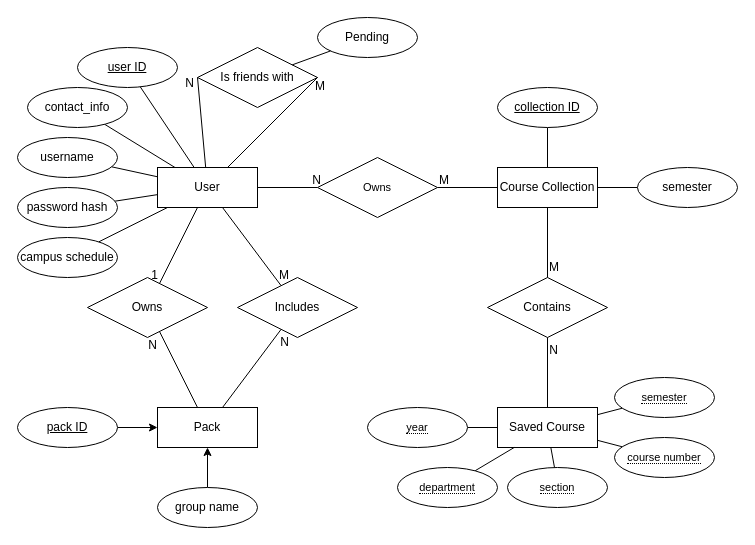
The draw.io diagram docs/ER.drawio in Daniel101Shi/CMPT372-Group-Project, before the edit. Source tidied: cells renumbered, new cells numbered last; positions are measured from the earlier drawing's top-left corner, leaving out a move shared by most shapes. Both pictures are drawn from the tidied source at 100%, with x=0, y=0 at pixel (17, 17).
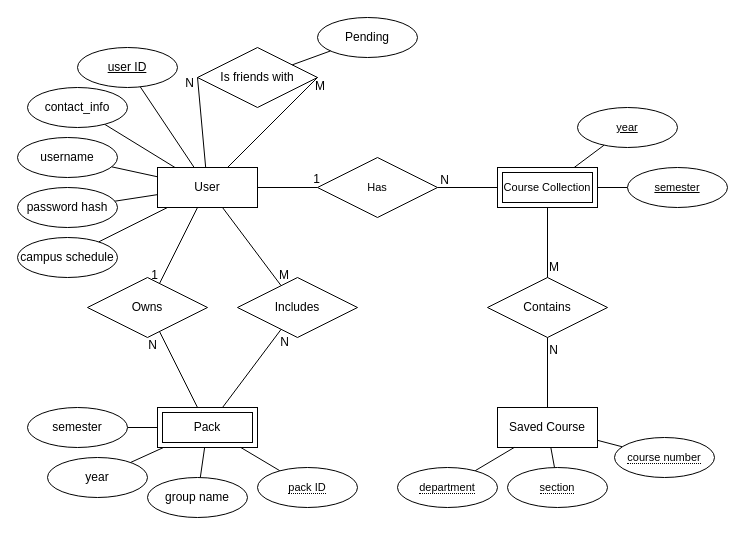
The same diagram, later.

The change refers to these unchanged cells:
```xml
<mxCell id="2" value="Saved Course" style="whiteSpace=wrap;html=1;align=center;" parent="1" vertex="1">
  <mxGeometry x="480" y="390" width="100" height="40" as="geometry" />
</mxCell>
<mxCell id="34" value="Contains" style="shape=rhombus;perimeter=rhombusPerimeter;whiteSpace=wrap;html=1;align=center;" parent="1" vertex="1">
  <mxGeometry x="470" y="260" width="120" height="60" as="geometry" />
</mxCell>
<mxCell id="49" style="endArrow=none;html=1;rounded=0;" parent="1" edge="1" source="5" target="46">
  <mxGeometry relative="1" as="geometry" />
</mxCell>
```

The edit, as a diff of the source:
```diff
@@
-    <mxCell id="3" value="Pack" style="whiteSpace=wrap;html=1;align=center;" parent="1" vertex="1">
-      <mxGeometry x="140" y="390" width="100" height="40" as="geometry" />
-    </mxCell>
-    <mxCell id="4" value="Course Collection" style="whiteSpace=wrap;html=1;align=center;" parent="1" vertex="1">
-      <mxGeometry x="480" y="150" width="100" height="40" as="geometry" />
-    </mxCell>
@@
-    <mxCell id="16" style="edgeStyle=orthogonalEdgeStyle;rounded=0;jettySize=auto;html=1;" parent="1" edge="1" source="17" target="3">
-      <mxGeometry relative="1" as="geometry" />
-    </mxCell>
-    <mxCell id="17" value="pack ID" style="ellipse;whiteSpace=wrap;html=1;align=center;fontStyle=4;" parent="1" vertex="1">
-      <mxGeometry y="390" width="100" height="40" as="geometry" />
-    </mxCell>
-    <mxCell id="18" style="edgeStyle=orthogonalEdgeStyle;rounded=0;jettySize=auto;html=1;" parent="1" edge="1" source="19" target="3">
+    <mxCell id="18" style="edgeStyle=none;shape=connector;rounded=0;jettySize=auto;html=1;strokeColor=default;align=center;verticalAlign=middle;fontFamily=Helvetica;fontSize=11;fontColor=default;labelBackgroundColor=default;endArrow=none;" parent="1" edge="1" source="19" target="3">
       <mxGeometry relative="1" as="geometry" />
     </mxCell>
     <mxCell id="19" value="group name" style="ellipse;whiteSpace=wrap;html=1;align=center;" parent="1" vertex="1">
-      <mxGeometry x="140" y="470" width="100" height="40" as="geometry" />
+      <mxGeometry x="130" y="460" width="100" height="40" as="geometry" />
     </mxCell>
@@
-    <mxCell id="30" style="edgeStyle=none;shape=connector;rounded=0;jettySize=auto;html=1;strokeColor=default;align=center;verticalAlign=middle;fontFamily=Helvetica;fontSize=11;fontColor=default;labelBackgroundColor=default;endArrow=none;" parent="1" edge="1" source="31" target="4">
-      <mxGeometry relative="1" as="geometry" />
-    </mxCell>
-    <mxCell id="31" value="collection ID" style="ellipse;whiteSpace=wrap;html=1;align=center;fontStyle=4;" parent="1" vertex="1">
-      <mxGeometry x="480" y="70" width="100" height="40" as="geometry" />
-    </mxCell>
-    <mxCell id="32" style="edgeStyle=none;shape=connector;rounded=0;jettySize=auto;html=1;strokeColor=default;align=center;verticalAlign=middle;fontFamily=Helvetica;fontSize=11;fontColor=default;labelBackgroundColor=default;endArrow=none;" parent="1" edge="1" source="33" target="4">
-      <mxGeometry relative="1" as="geometry" />
-    </mxCell>
-    <mxCell id="33" value="semester" style="ellipse;whiteSpace=wrap;html=1;align=center;" parent="1" vertex="1">
-      <mxGeometry x="620" y="150" width="100" height="40" as="geometry" />
-    </mxCell>
@@
-    <mxCell id="35" style="endArrow=none;html=1;rounded=0;" parent="1" edge="1" source="4" target="34">
-      <mxGeometry relative="1" as="geometry" />
+    <mxCell id="35" style="endArrow=none;html=1;rounded=0;" parent="1" edge="1" target="34">
+      <mxGeometry relative="1" as="geometry">
+        <mxPoint x="530" y="190" as="sourcePoint" />
+      </mxGeometry>
     </mxCell>
@@
-    <mxCell id="46" value="Owns" style="shape=rhombus;perimeter=rhombusPerimeter;whiteSpace=wrap;html=1;align=center;fontFamily=Helvetica;fontSize=11;fontColor=default;labelBackgroundColor=default;" parent="1" vertex="1">
+    <mxCell id="46" value="Has" style="shape=rhombus;perimeter=rhombusPerimeter;whiteSpace=wrap;html=1;align=center;fontFamily=Helvetica;fontSize=11;fontColor=default;labelBackgroundColor=default;" parent="1" vertex="1">
       <mxGeometry x="300" y="140" width="120" height="60" as="geometry" />
     </mxCell>
-    <mxCell id="47" style="endArrow=none;html=1;rounded=0;" parent="1" edge="1" source="4" target="46">
-      <mxGeometry relative="1" as="geometry" />
+    <mxCell id="47" style="endArrow=none;html=1;rounded=0;" parent="1" edge="1" target="46">
+      <mxGeometry relative="1" as="geometry">
+        <mxPoint x="480" y="170" as="sourcePoint" />
+      </mxGeometry>
     </mxCell>
-    <mxCell id="48" value="M" style="html=1;whiteSpace=wrap;align=right;verticalAlign=bottom;" parent="47" vertex="1">
+    <mxCell id="48" value="N" style="html=1;whiteSpace=wrap;align=right;verticalAlign=bottom;" parent="47" vertex="1">
       <mxGeometry x="1" relative="1" as="geometry">
         <mxPoint x="13" y="1" as="offset" />
       </mxGeometry>
     </mxCell>
@@
-    <mxCell id="50" value="N" style="html=1;whiteSpace=wrap;align=right;verticalAlign=bottom;" parent="49" vertex="1">
+    <mxCell id="50" value="1" style="html=1;whiteSpace=wrap;align=right;verticalAlign=bottom;" parent="49" vertex="1">
       <mxGeometry x="1" relative="1" as="geometry">
-        <mxPoint x="5" y="1" as="offset" />
+        <mxPoint x="4" as="offset" />
       </mxGeometry>
     </mxCell>
-    <mxCell id="51" style="edgeStyle=none;shape=connector;rounded=0;jettySize=auto;html=1;strokeColor=default;align=center;verticalAlign=middle;fontFamily=Helvetica;fontSize=11;fontColor=default;labelBackgroundColor=default;endArrow=none;" parent="1" edge="1" source="52" target="2">
-      <mxGeometry relative="1" as="geometry" />
-    </mxCell>
-    <mxCell id="52" value="&lt;span style=&quot;border-bottom: 1px dotted&quot;&gt;semester&lt;/span&gt;" style="ellipse;whiteSpace=wrap;html=1;align=center;fontFamily=Helvetica;fontSize=11;fontColor=default;labelBackgroundColor=default;" parent="1" vertex="1">
-      <mxGeometry x="597" y="360" width="100" height="40" as="geometry" />
-    </mxCell>
@@
-    <mxCell id="59" style="edgeStyle=none;shape=connector;rounded=0;jettySize=auto;html=1;strokeColor=default;align=center;verticalAlign=middle;fontFamily=Helvetica;fontSize=11;fontColor=default;labelBackgroundColor=default;endArrow=none;" parent="1" edge="1" source="60" target="2">
-      <mxGeometry relative="1" as="geometry" />
-    </mxCell>
-    <mxCell id="60" value="&lt;span style=&quot;border-bottom: 1px dotted&quot;&gt;year&lt;/span&gt;" style="ellipse;whiteSpace=wrap;html=1;align=center;fontFamily=Helvetica;fontSize=11;fontColor=default;labelBackgroundColor=default;" parent="1" vertex="1">
-      <mxGeometry x="350" y="390" width="100" height="40" as="geometry" />
-    </mxCell>
+    <mxCell id="3" value="Pack" style="shape=ext;margin=3;double=1;whiteSpace=wrap;html=1;align=center;" parent="1" vertex="1">
+      <mxGeometry x="140" y="390" width="100" height="40" as="geometry" />
+    </mxCell>
+    <mxCell id="61" style="edgeStyle=none;shape=connector;rounded=0;jettySize=auto;html=1;strokeColor=default;align=center;verticalAlign=middle;fontFamily=Helvetica;fontSize=11;fontColor=default;labelBackgroundColor=default;endArrow=none;" parent="1" edge="1" source="33" target="3">
+      <mxGeometry relative="1" as="geometry" />
+    </mxCell>
+    <mxCell id="33" value="semester" style="ellipse;whiteSpace=wrap;html=1;align=center;" parent="1" vertex="1">
+      <mxGeometry x="10" y="390" width="100" height="40" as="geometry" />
+    </mxCell>
+    <mxCell id="62" style="edgeStyle=none;shape=connector;rounded=0;jettySize=auto;html=1;strokeColor=default;align=center;verticalAlign=middle;fontFamily=Helvetica;fontSize=11;fontColor=default;labelBackgroundColor=default;endArrow=none;" parent="1" edge="1" source="63" target="3">
+      <mxGeometry relative="1" as="geometry" />
+    </mxCell>
+    <mxCell id="63" value="year" style="ellipse;whiteSpace=wrap;html=1;align=center;" parent="1" vertex="1">
+      <mxGeometry x="30" y="440" width="100" height="40" as="geometry" />
+    </mxCell>
+    <mxCell id="4" value="Course Collection" style="shape=ext;margin=3;double=1;whiteSpace=wrap;html=1;align=center;fontFamily=Helvetica;fontSize=11;fontColor=default;labelBackgroundColor=default;" parent="1" vertex="1">
+      <mxGeometry x="480" y="150" width="100" height="40" as="geometry" />
+    </mxCell>
+    <mxCell id="64" style="edgeStyle=none;shape=connector;rounded=0;jettySize=auto;html=1;strokeColor=default;align=center;verticalAlign=middle;fontFamily=Helvetica;fontSize=11;fontColor=default;labelBackgroundColor=default;endArrow=none;" parent="1" edge="1" source="65" target="4">
+      <mxGeometry relative="1" as="geometry" />
+    </mxCell>
+    <mxCell id="65" value="year" style="ellipse;whiteSpace=wrap;html=1;align=center;fontStyle=4;fontFamily=Helvetica;fontSize=11;fontColor=default;labelBackgroundColor=default;" parent="1" vertex="1">
+      <mxGeometry x="560" y="90" width="100" height="40" as="geometry" />
+    </mxCell>
+    <mxCell id="66" style="edgeStyle=none;shape=connector;rounded=0;jettySize=auto;html=1;strokeColor=default;align=center;verticalAlign=middle;fontFamily=Helvetica;fontSize=11;fontColor=default;labelBackgroundColor=default;endArrow=none;" parent="1" edge="1" source="52" target="4">
+      <mxGeometry relative="1" as="geometry" />
+    </mxCell>
+    <mxCell id="52" value="semester" style="ellipse;whiteSpace=wrap;html=1;align=center;fontStyle=4;fontFamily=Helvetica;fontSize=11;fontColor=default;labelBackgroundColor=default;" parent="1" vertex="1">
+      <mxGeometry x="610" y="150" width="100" height="40" as="geometry" />
+    </mxCell>
+    <mxCell id="16" style="edgeStyle=none;shape=connector;rounded=0;jettySize=auto;html=1;strokeColor=default;align=center;verticalAlign=middle;fontFamily=Helvetica;fontSize=11;fontColor=default;labelBackgroundColor=default;endArrow=none;" parent="1" edge="1" source="17" target="3">
+      <mxGeometry relative="1" as="geometry" />
+    </mxCell>
+    <mxCell id="17" value="&lt;span style=&quot;border-bottom: 1px dotted&quot;&gt;pack ID&lt;/span&gt;" style="ellipse;whiteSpace=wrap;html=1;align=center;fontFamily=Helvetica;fontSize=11;fontColor=default;labelBackgroundColor=default;" parent="1" vertex="1">
+      <mxGeometry x="240" y="450" width="100" height="40" as="geometry" />
+    </mxCell>
```
